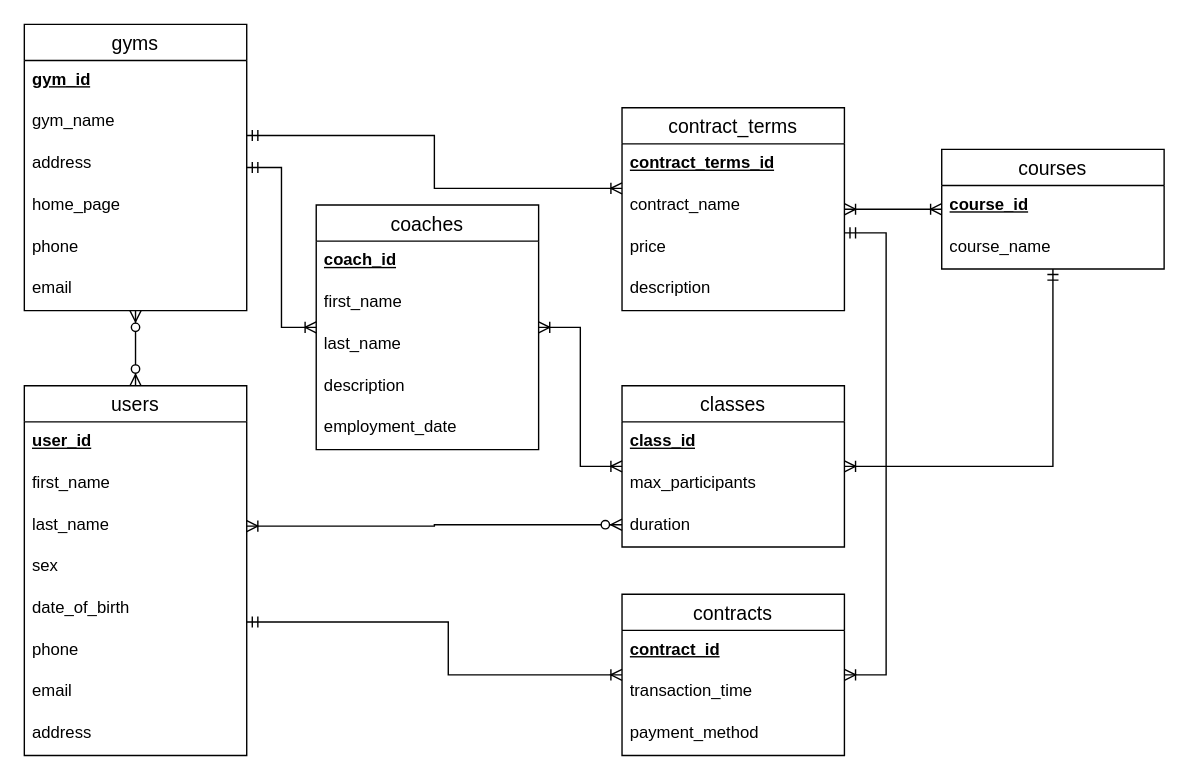
Before: page "ER Model" (2 of 4) of Lab1/lab1.drawio in sasakiLuL/DataBaseKPI, a draw.io diagram. Source tidied: cells renumbered, new cells numbered last; positions are measured from the earlier drawing's top-left corner, leaving out a move shared by most shapes. Both pictures are drawn from the tidied source at 139%, with x=0, y=0 at pixel (24, 24).
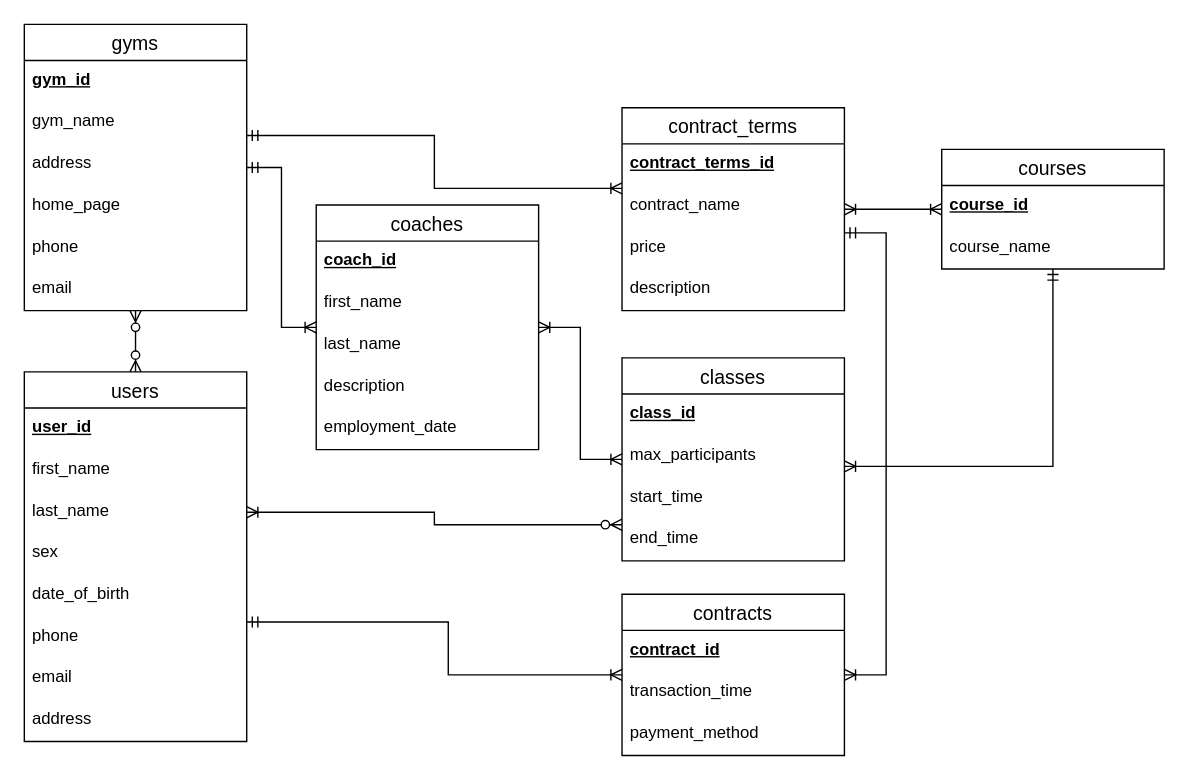
After the change.

The edit, as a diff of the source:
```diff
@@
     <mxCell id="2" value="classes" style="swimlane;fontStyle=0;horizontal=1;startSize=26;align=center;fontSize=14;" parent="1" vertex="1">
-      <mxGeometry x="430" y="260" width="160" height="116" as="geometry" />
+      <mxGeometry x="430" y="240" width="160" height="146" as="geometry" />
     </mxCell>
@@
-    <mxCell id="5" value="duration" style="text;strokeColor=none;fillColor=none;spacingLeft=4;spacingRight=4;overflow=hidden;fontSize=12;whiteSpace=wrap;html=1;" parent="2" vertex="1">
+    <mxCell id="5" value="start_time" style="text;strokeColor=none;fillColor=none;spacingLeft=4;spacingRight=4;overflow=hidden;fontSize=12;whiteSpace=wrap;html=1;" parent="2" vertex="1">
       <mxGeometry y="86" width="160" height="30" as="geometry" />
     </mxCell>
+    <mxCell id="49" value="end_time&lt;br&gt;" style="text;strokeColor=none;fillColor=none;spacingLeft=4;spacingRight=4;overflow=hidden;fontSize=12;whiteSpace=wrap;html=1;" parent="2" vertex="1">
+      <mxGeometry y="116" width="160" height="30" as="geometry" />
+    </mxCell>
     <mxCell id="6" value="users" style="swimlane;fontStyle=0;horizontal=1;startSize=26;align=center;fontSize=14;" parent="1" vertex="1">
-      <mxGeometry y="260" width="160" height="266" as="geometry" />
+      <mxGeometry y="250" width="160" height="266" as="geometry" />
     </mxCell>
```
